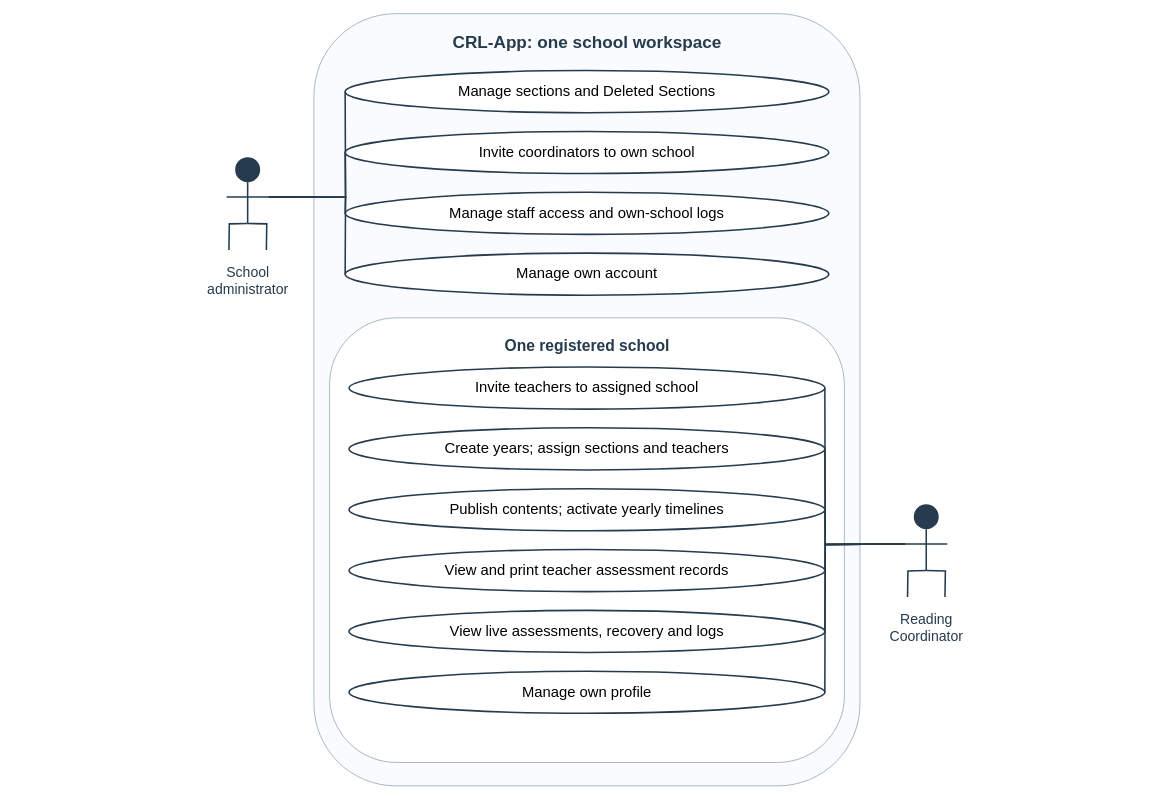
Before: docs/diagrams/class-workspaces/figure-07-admin-use-cases.drawio in AkuSayangKamuJudaSayang/crl-app, a draw.io diagram. Source tidied: cells renumbered, new cells numbered last; positions are measured from the earlier drawing's top-left corner, leaving out a move shared by most shapes. Both pictures are drawn from the tidied source at 78%, with x=0, y=0 at pixel (13, 13).
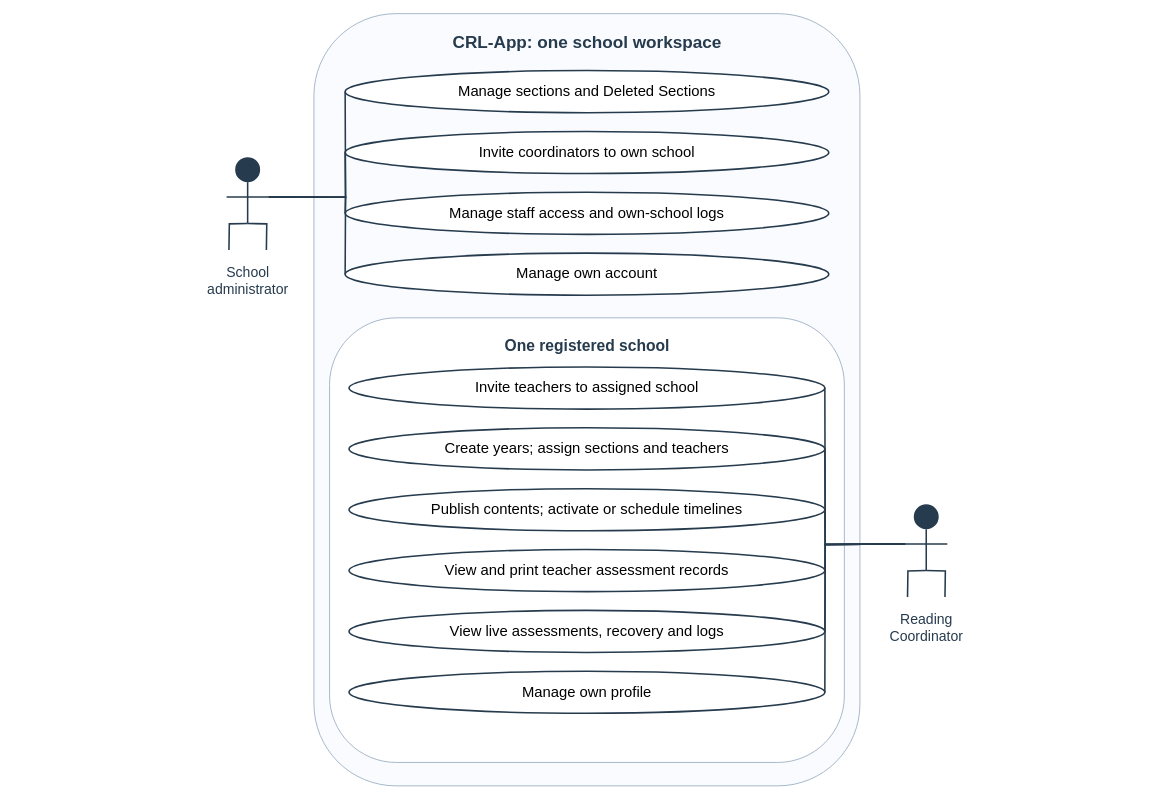
Above is the later version.

The edit, as a diff of the source:
```diff
@@
-    <mxCell id="16" value="Publish contents; activate yearly timelines" style="rounded=1;whiteSpace=wrap;html=1;fillColor=#ffffff;strokeColor=#263b4d;strokeWidth=2;fontSize=19;shape=ellipse;" parent="1" vertex="1">
+    <mxCell id="16" value="Publish contents; activate or schedule timelines" style="rounded=1;whiteSpace=wrap;html=1;fillColor=#ffffff;strokeColor=#263b4d;strokeWidth=2;fontSize=19;shape=ellipse;" parent="1" vertex="1">
       <mxGeometry x="430" y="609" width="610" height="54" as="geometry" />
     </mxCell>
```
